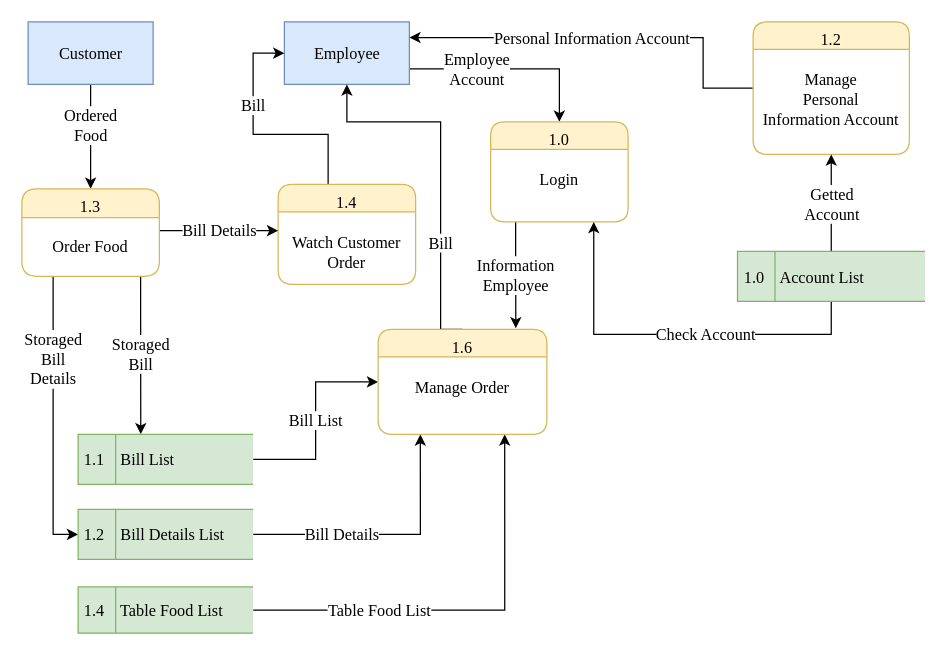
daomtthuan/do-an keeps this draw.io diagram as page "Level 1 - Employee" (4 of 9) of document/diagram/dfd.drawio. Above is the earlier version. Source tidied: cells renumbered, new cells numbered last; positions are measured from the earlier drawing's top-left corner, leaving out a move shared by most shapes. Both pictures are drawn from the tidied source at 125%, with x=0, y=0 at pixel (21, 21).
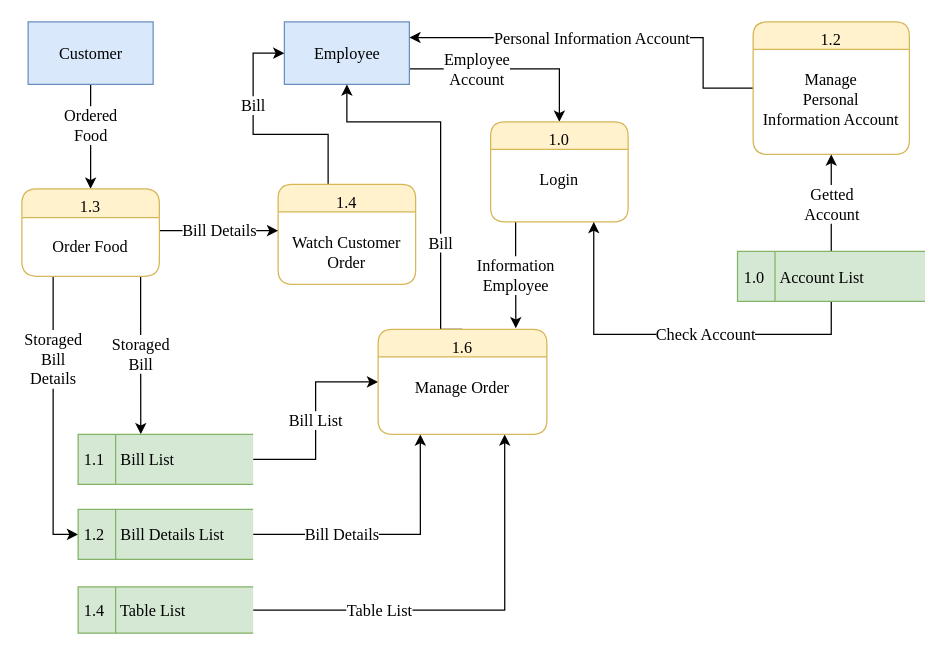
The same page after the edit.

The change refers to these unchanged cells:
```xml
<mxCell id="26" value="1.6&#10;&#10;Manage Order" style="swimlane;fontStyle=0;horizontal=1;startSize=22;fillColor=#fff2cc;swimlaneFillColor=#ffffff;rounded=1;strokeWidth=1;verticalAlign=top;arcSize=17;labelPosition=center;verticalLabelPosition=middle;align=center;fontFamily=Times New Roman;strokeColor=#d6b656;fontSize=13;" parent="1" vertex="1">
  <mxGeometry x="285" y="246" width="135" height="84" as="geometry" />
</mxCell>
```

Change to the diagram source:
```diff
@@
-    <mxCell id="2" value="Table Food List" style="edgeStyle=orthogonalEdgeStyle;rounded=0;jettySize=auto;html=1;entryX=0.75;entryY=1;entryDx=0;entryDy=0;fontFamily=Times New Roman;fontSize=13;" parent="1" edge="1" source="3" target="26">
+    <mxCell id="2" value="Table List" style="edgeStyle=orthogonalEdgeStyle;rounded=0;jettySize=auto;html=1;entryX=0.75;entryY=1;entryDx=0;entryDy=0;fontFamily=Times New Roman;fontSize=13;" parent="1" edge="1" source="3" target="26">
       <mxGeometry x="-0.41" relative="1" as="geometry" />
     </mxCell>
-    <mxCell id="3" value="1.4&amp;nbsp; &amp;nbsp; Table Food List" style="html=1;dashed=0;whitespace=wrap;shape=mxgraph.dfd.dataStoreID;align=left;spacingLeft=3;points=[[0,0],[0.5,0],[1,0],[0,0.5],[1,0.5],[0,1],[0.5,1],[1,1]];fillColor=#d5e8d4;strokeColor=#82b366;fontFamily=Times New Roman;fontSize=13;" parent="1" vertex="1">
+    <mxCell id="3" value="1.4&amp;nbsp; &amp;nbsp; Table List" style="html=1;dashed=0;whitespace=wrap;shape=mxgraph.dfd.dataStoreID;align=left;spacingLeft=3;points=[[0,0],[0.5,0],[1,0],[0,0.5],[1,0.5],[0,1],[0.5,1],[1,1]];fillColor=#d5e8d4;strokeColor=#82b366;fontFamily=Times New Roman;fontSize=13;" parent="1" vertex="1">
       <mxGeometry x="45" y="452" width="140" height="37" as="geometry" />
     </mxCell>
```
